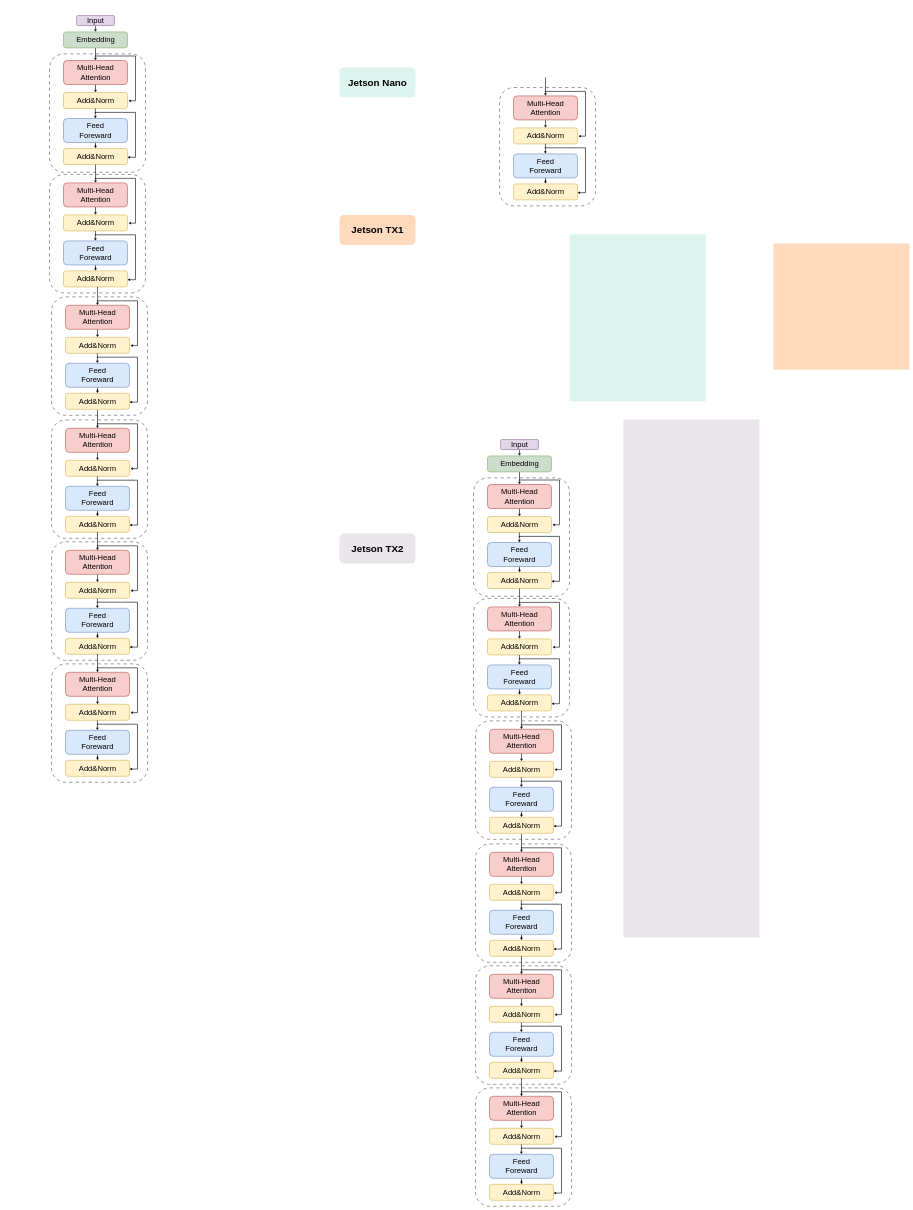
Before: trans.drawio in paprika0741/Plot, a draw.io diagram. Source tidied: cells renumbered, new cells numbered last; positions are measured from the earlier drawing's top-left corner, leaving out a move shared by most shapes. Both pictures are drawn from the tidied source at 20%, with x=0, y=0 at pixel (3, 15).
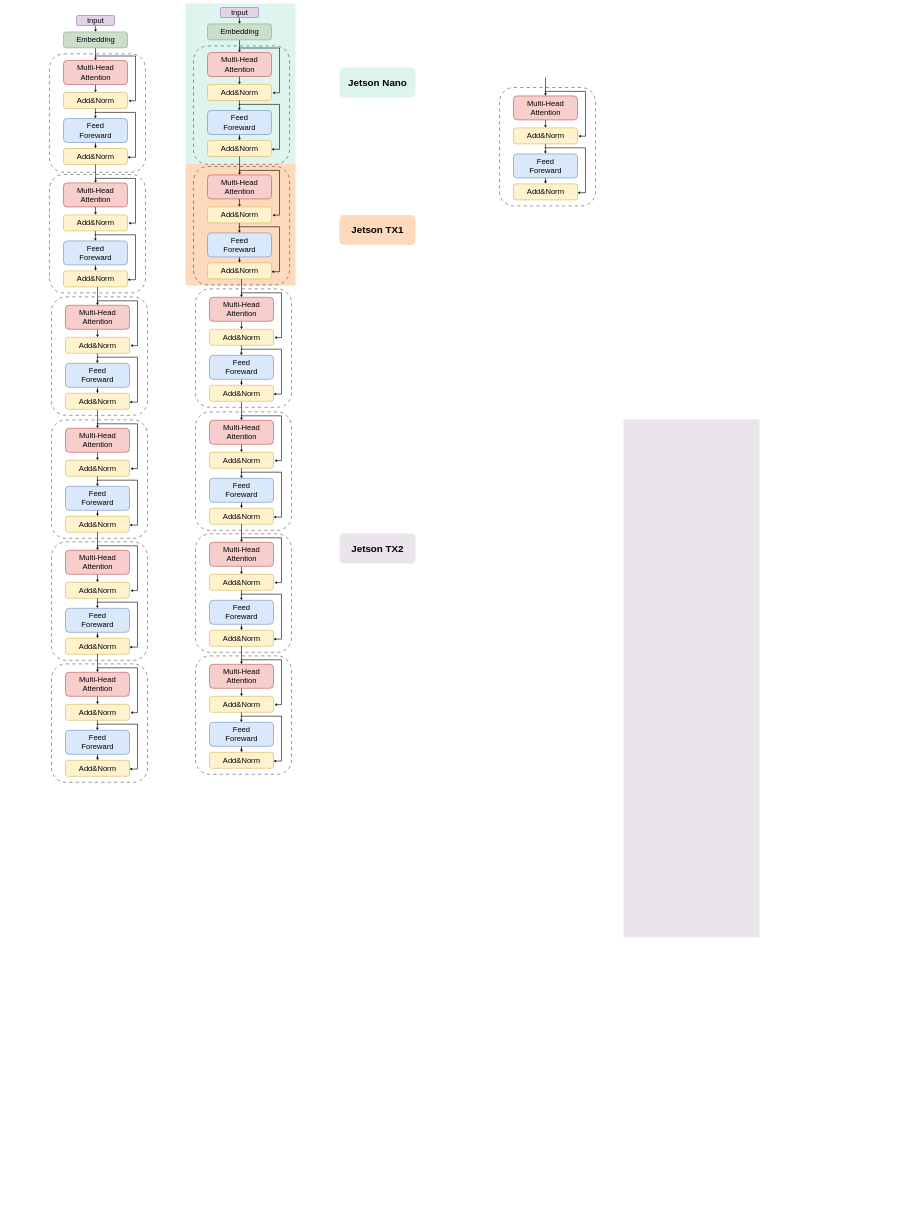
The same page after the edit.

The change refers to these unchanged cells:
```xml
<mxCell id="154" value="&lt;div&gt;&lt;font style=&quot;font-size: 38px;&quot;&gt;&lt;br&gt;&lt;/font&gt;&lt;/div&gt;&lt;font style=&quot;font-size: 38px;&quot;&gt;Multi-Head&lt;/font&gt;&lt;div&gt;&lt;span style=&quot;font-size: 38px;&quot;&gt;Attention&lt;br&gt;&lt;/span&gt;&lt;div&gt;&lt;font style=&quot;font-size: 38px;&quot;&gt;&lt;br&gt;&lt;/font&gt;&lt;/div&gt;&lt;/div&gt;" style="rounded=1;whiteSpace=wrap;html=1;fillColor=#f8cecc;strokeColor=#b85450;strokeWidth=3;" parent="151" vertex="1">
  <mxGeometry x="70" y="42" width="320" height="120" as="geometry" />
</mxCell>
```

Change to the diagram source:
```diff
@@
+    <mxCell id="4" style="rounded=0;whiteSpace=wrap;html=1;fillColor=#def5ef;strokeColor=none;fillStyle=solid;" parent="1" vertex="1">
+      <mxGeometry x="910" y="-60" width="550" height="804" as="geometry" />
+    </mxCell>
@@
-    <mxCell id="3" style="rounded=0;whiteSpace=wrap;html=1;fillColor=#FED9BC;strokeColor=none;" parent="1" vertex="1">
-      <mxGeometry x="3850" y="1140" width="680" height="630.5" as="geometry" />
-    </mxCell>
-    <mxCell id="4" style="rounded=0;whiteSpace=wrap;html=1;fillColor=#def5ef;strokeColor=none;fillStyle=solid;" parent="1" vertex="1">
-      <mxGeometry x="2830" y="1094" width="680" height="835" as="geometry" />
-    </mxCell>
@@
+    <mxCell id="213" style="group;" parent="1" vertex="1">
+      <mxGeometry x="950" y="-40" width="620" height="3834" as="geometry" />
+    </mxCell>
+    <mxCell id="3" style="rounded=0;whiteSpace=wrap;html=1;fillColor=#FED9BC;strokeColor=none;" parent="213" vertex="1">
+      <mxGeometry x="-40" y="781.2" width="550" height="608.8" as="geometry" />
+    </mxCell>
-    <mxCell id="119" style="rounded=1;whiteSpace=wrap;html=1;fillColor=none;strokeWidth=2;dashed=1;dashPattern=8 8;" parent="1" vertex="1">
-      <mxGeometry x="2350" y="2915" width="480" height="592" as="geometry" />
+    <mxCell id="119" style="rounded=1;whiteSpace=wrap;html=1;fillColor=none;strokeWidth=2;dashed=1;dashPattern=8 8;" parent="213" vertex="1">
+      <mxGeometry y="795" width="480" height="592" as="geometry" />
     </mxCell>
-    <mxCell id="120" style="edgeStyle=orthogonalEdgeStyle;rounded=0;jettySize=auto;html=1;strokeWidth=3;" parent="1" edge="1" source="121" target="125">
+    <mxCell id="120" style="edgeStyle=orthogonalEdgeStyle;rounded=0;jettySize=auto;html=1;strokeWidth=3;" parent="213" edge="1" source="121" target="125">
       <mxGeometry relative="1" as="geometry" />
     </mxCell>
-    <mxCell id="121" value="&lt;font style=&quot;font-size: 38px;&quot;&gt;Embedding&lt;/font&gt;" style="rounded=1;whiteSpace=wrap;html=1;fillColor=#CCDECB;strokeColor=#82b366;strokeWidth=3;" parent="1" vertex="1">
-      <mxGeometry x="2420" y="2202" width="320" height="80" as="geometry" />
+    <mxCell id="121" value="&lt;font style=&quot;font-size: 38px;&quot;&gt;Embedding&lt;/font&gt;" style="rounded=1;whiteSpace=wrap;html=1;fillColor=#CCDECB;strokeColor=#82b366;strokeWidth=3;" parent="213" vertex="1">
+      <mxGeometry x="70" y="82" width="320" height="80" as="geometry" />
     </mxCell>
-    <mxCell id="122" style="edgeStyle=orthogonalEdgeStyle;rounded=0;jettySize=auto;html=1;exitX=0.5;exitY=1;exitDx=0;exitDy=0;entryX=0.5;entryY=0;entryDx=0;entryDy=0;strokeWidth=3;" parent="1" edge="1" source="123" target="121">
+    <mxCell id="122" style="edgeStyle=orthogonalEdgeStyle;rounded=0;jettySize=auto;html=1;exitX=0.5;exitY=1;exitDx=0;exitDy=0;entryX=0.5;entryY=0;entryDx=0;entryDy=0;strokeWidth=3;" parent="213" edge="1" source="123" target="121">
       <mxGeometry relative="1" as="geometry" />
     </mxCell>
-    <mxCell id="123" value="&lt;font style=&quot;font-size: 38px;&quot;&gt;Input&lt;/font&gt;" style="rounded=1;whiteSpace=wrap;html=1;fillColor=#e1d5e7;strokeColor=#9673a6;strokeWidth=3;" parent="1" vertex="1">
-      <mxGeometry x="2485" y="2120" width="190" height="50" as="geometry" />
+    <mxCell id="123" value="&lt;font style=&quot;font-size: 38px;&quot;&gt;Input&lt;/font&gt;" style="rounded=1;whiteSpace=wrap;html=1;fillColor=#e1d5e7;strokeColor=#9673a6;strokeWidth=3;" parent="213" vertex="1">
+      <mxGeometry x="135" width="190" height="50" as="geometry" />
     </mxCell>
-    <mxCell id="124" style="edgeStyle=orthogonalEdgeStyle;rounded=0;jettySize=auto;html=1;strokeWidth=3;" parent="1" edge="1" source="125" target="126">
+    <mxCell id="124" style="edgeStyle=orthogonalEdgeStyle;rounded=0;jettySize=auto;html=1;strokeWidth=3;" parent="213" edge="1" source="125" target="126">
       <mxGeometry relative="1" as="geometry" />
     </mxCell>
-    <mxCell id="125" value="&lt;div&gt;&lt;font style=&quot;font-size: 38px;&quot;&gt;&lt;br&gt;&lt;/font&gt;&lt;/div&gt;&lt;font style=&quot;font-size: 38px;&quot;&gt;Multi-Head&lt;/font&gt;&lt;div&gt;&lt;span style=&quot;font-size: 38px;&quot;&gt;Attention&lt;br&gt;&lt;/span&gt;&lt;div&gt;&lt;font style=&quot;font-size: 38px;&quot;&gt;&lt;br&gt;&lt;/font&gt;&lt;/div&gt;&lt;/div&gt;" style="rounded=1;whiteSpace=wrap;html=1;fillColor=#f8cecc;strokeColor=#b85450;strokeWidth=3;" parent="1" vertex="1">
-      <mxGeometry x="2420" y="2345" width="320" height="120" as="geometry" />
+    <mxCell id="125" value="&lt;div&gt;&lt;font style=&quot;font-size: 38px;&quot;&gt;&lt;br&gt;&lt;/font&gt;&lt;/div&gt;&lt;font style=&quot;font-size: 38px;&quot;&gt;Multi-Head&lt;/font&gt;&lt;div&gt;&lt;span style=&quot;font-size: 38px;&quot;&gt;Attention&lt;br&gt;&lt;/span&gt;&lt;div&gt;&lt;font style=&quot;font-size: 38px;&quot;&gt;&lt;br&gt;&lt;/font&gt;&lt;/div&gt;&lt;/div&gt;" style="rounded=1;whiteSpace=wrap;html=1;fillColor=#f8cecc;strokeColor=#b85450;strokeWidth=3;" parent="213" vertex="1">
+      <mxGeometry x="70" y="225" width="320" height="120" as="geometry" />
     </mxCell>
-    <mxCell id="126" value="&lt;font style=&quot;font-size: 38px;&quot;&gt;Add&amp;amp;Norm&lt;/font&gt;" style="rounded=1;whiteSpace=wrap;html=1;fillColor=#fff2cc;strokeColor=#d6b656;strokeWidth=3;" parent="1" vertex="1">
-      <mxGeometry x="2420" y="2505" width="320" height="80" as="geometry" />
+    <mxCell id="126" value="&lt;font style=&quot;font-size: 38px;&quot;&gt;Add&amp;amp;Norm&lt;/font&gt;" style="rounded=1;whiteSpace=wrap;html=1;fillColor=#fff2cc;strokeColor=#d6b656;strokeWidth=3;" parent="213" vertex="1">
+      <mxGeometry x="70" y="385" width="320" height="80" as="geometry" />
     </mxCell>
-    <mxCell id="127" style="ellipse;whiteSpace=wrap;html=1;fillColor=#000000;" parent="1" vertex="1">
-      <mxGeometry x="2578" y="2320" width="5" height="5" as="geometry" />
+    <mxCell id="127" style="ellipse;whiteSpace=wrap;html=1;fillColor=#000000;" parent="213" vertex="1">
+      <mxGeometry x="228" y="200" width="5" height="5" as="geometry" />
     </mxCell>
-    <mxCell id="128" style="edgeStyle=orthogonalEdgeStyle;rounded=0;jettySize=auto;html=1;exitX=1;exitY=0.5;exitDx=0;exitDy=0;entryX=1.013;entryY=0.519;entryDx=0;entryDy=0;entryPerimeter=0;strokeWidth=3;" parent="1" edge="1" source="127" target="126">
+    <mxCell id="128" style="edgeStyle=orthogonalEdgeStyle;rounded=0;jettySize=auto;html=1;exitX=1;exitY=0.5;exitDx=0;exitDy=0;entryX=1.013;entryY=0.519;entryDx=0;entryDy=0;entryPerimeter=0;strokeWidth=3;" parent="213" edge="1" source="127" target="126">
       <mxGeometry relative="1" as="geometry">
         <Array as="points">
-          <mxPoint x="2780" y="2323" />
-          <mxPoint x="2780" y="2547" />
+          <mxPoint x="430" y="203" />
+          <mxPoint x="430" y="427" />
         </Array>
       </mxGeometry>
     </mxCell>
-    <mxCell id="129" style="edgeStyle=orthogonalEdgeStyle;rounded=0;jettySize=auto;html=1;strokeWidth=3;" parent="1" edge="1" target="131">
+    <mxCell id="129" style="edgeStyle=orthogonalEdgeStyle;rounded=0;jettySize=auto;html=1;strokeWidth=3;" parent="213" edge="1" target="131">
       <mxGeometry relative="1" as="geometry">
-        <mxPoint x="2579.5" y="2585" as="sourcePoint" />
+        <mxPoint x="229.5" y="465" as="sourcePoint" />
         <Array as="points">
-          <mxPoint x="2580" y="2585" />
+          <mxPoint x="230" y="465" />
         </Array>
       </mxGeometry>
     </mxCell>
-    <mxCell id="130" style="edgeStyle=orthogonalEdgeStyle;rounded=0;jettySize=auto;html=1;strokeWidth=3;" parent="1" edge="1" source="131" target="134">
+    <mxCell id="130" style="edgeStyle=orthogonalEdgeStyle;rounded=0;jettySize=auto;html=1;strokeWidth=3;" parent="213" edge="1" source="131" target="134">
       <mxGeometry relative="1" as="geometry" />
     </mxCell>
-    <mxCell id="131" value="&lt;div&gt;&lt;font style=&quot;font-size: 38px;&quot;&gt;&lt;br&gt;&lt;/font&gt;&lt;/div&gt;&lt;font style=&quot;font-size: 38px;&quot;&gt;Feed&lt;/font&gt;&lt;div&gt;&lt;span style=&quot;font-size: 38px;&quot;&gt;Foreward&lt;br&gt;&lt;/span&gt;&lt;div&gt;&lt;font style=&quot;font-size: 38px;&quot;&gt;&lt;br&gt;&lt;/font&gt;&lt;/div&gt;&lt;/div&gt;" style="rounded=1;whiteSpace=wrap;html=1;fillColor=#dae8fc;strokeColor=#6c8ebf;strokeWidth=3;points=[[0,0,0,0,0],[0,0.25,0,0,0],[0,0.5,0,0,0],[0,0.75,0,0,0],[0,1,0,0,0],[0.25,0,0,0,0],[0.25,1,0,0,0],[0.5,0,0,0,0],[0.5,1,0,0,0],[0.75,0,0,0,0],[0.75,1,0,0,0],[1,0,0,0,0],[1,0.25,0,0,0],[1,0.5,0,0,0],[1,0.75,0,0,0],[1,1,0,0,0]];" parent="1" vertex="1">
-      <mxGeometry x="2420" y="2635" width="320" height="120" as="geometry" />
+    <mxCell id="131" value="&lt;div&gt;&lt;font style=&quot;font-size: 38px;&quot;&gt;&lt;br&gt;&lt;/font&gt;&lt;/div&gt;&lt;font style=&quot;font-size: 38px;&quot;&gt;Feed&lt;/font&gt;&lt;div&gt;&lt;span style=&quot;font-size: 38px;&quot;&gt;Foreward&lt;br&gt;&lt;/span&gt;&lt;div&gt;&lt;font style=&quot;font-size: 38px;&quot;&gt;&lt;br&gt;&lt;/font&gt;&lt;/div&gt;&lt;/div&gt;" style="rounded=1;whiteSpace=wrap;html=1;fillColor=#dae8fc;strokeColor=#6c8ebf;strokeWidth=3;points=[[0,0,0,0,0],[0,0.25,0,0,0],[0,0.5,0,0,0],[0,0.75,0,0,0],[0,1,0,0,0],[0.25,0,0,0,0],[0.25,1,0,0,0],[0.5,0,0,0,0],[0.5,1,0,0,0],[0.75,0,0,0,0],[0.75,1,0,0,0],[1,0,0,0,0],[1,0.25,0,0,0],[1,0.5,0,0,0],[1,0.75,0,0,0],[1,1,0,0,0]];" parent="213" vertex="1">
+      <mxGeometry x="70" y="515" width="320" height="120" as="geometry" />
     </mxCell>
-    <mxCell id="132" style="ellipse;whiteSpace=wrap;html=1;fillColor=#000000;" parent="1" vertex="1">
-      <mxGeometry x="2577.5" y="2602" width="5" height="5" as="geometry" />
+    <mxCell id="132" style="ellipse;whiteSpace=wrap;html=1;fillColor=#000000;" parent="213" vertex="1">
+      <mxGeometry x="227.5" y="482" width="5" height="5" as="geometry" />
     </mxCell>
-    <mxCell id="133" style="edgeStyle=orthogonalEdgeStyle;rounded=0;jettySize=auto;html=1;exitX=1;exitY=0.5;exitDx=0;exitDy=0;strokeWidth=3;" parent="1" edge="1" source="132" target="134">
+    <mxCell id="133" style="edgeStyle=orthogonalEdgeStyle;rounded=0;jettySize=auto;html=1;exitX=1;exitY=0.5;exitDx=0;exitDy=0;strokeWidth=3;" parent="213" edge="1" source="132" target="134">
       <mxGeometry relative="1" as="geometry">
         <Array as="points">
-          <mxPoint x="2780" y="2605" />
-          <mxPoint x="2780" y="2829" />
+          <mxPoint x="430" y="485" />
+          <mxPoint x="430" y="709" />
         </Array>
       </mxGeometry>
     </mxCell>
-    <mxCell id="134" value="&lt;font style=&quot;font-size: 38px;&quot;&gt;Add&amp;amp;Norm&lt;/font&gt;" style="rounded=1;whiteSpace=wrap;html=1;fillColor=#fff2cc;strokeColor=#d6b656;strokeWidth=3;" parent="1" vertex="1">
-      <mxGeometry x="2420" y="2785" width="320" height="80" as="geometry" />
+    <mxCell id="134" value="&lt;font style=&quot;font-size: 38px;&quot;&gt;Add&amp;amp;Norm&lt;/font&gt;" style="rounded=1;whiteSpace=wrap;html=1;fillColor=#fff2cc;strokeColor=#d6b656;strokeWidth=3;" parent="213" vertex="1">
+      <mxGeometry x="70" y="665" width="320" height="80" as="geometry" />
     </mxCell>
-    <mxCell id="135" style="edgeStyle=orthogonalEdgeStyle;rounded=0;orthogonalLoop=1;jettySize=auto;html=1;exitX=0.5;exitY=1;exitDx=0;exitDy=0;" parent="1" edge="1" source="131" target="131">
+    <mxCell id="135" style="edgeStyle=orthogonalEdgeStyle;rounded=0;orthogonalLoop=1;jettySize=auto;html=1;exitX=0.5;exitY=1;exitDx=0;exitDy=0;" parent="213" edge="1" source="131" target="131">
       <mxGeometry relative="1" as="geometry" />
     </mxCell>
-    <mxCell id="136" style="edgeStyle=orthogonalEdgeStyle;rounded=0;jettySize=auto;html=1;strokeWidth=3;" parent="1" edge="1" target="138">
+    <mxCell id="136" style="edgeStyle=orthogonalEdgeStyle;rounded=0;jettySize=auto;html=1;strokeWidth=3;" parent="213" edge="1" target="138">
       <mxGeometry relative="1" as="geometry">
-        <mxPoint x="2580" y="2865" as="sourcePoint" />
+        <mxPoint x="230" y="745" as="sourcePoint" />
       </mxGeometry>
     </mxCell>
-    <mxCell id="137" style="edgeStyle=orthogonalEdgeStyle;rounded=0;jettySize=auto;html=1;strokeWidth=3;" parent="1" edge="1" source="138" target="139">
+    <mxCell id="137" style="edgeStyle=orthogonalEdgeStyle;rounded=0;jettySize=auto;html=1;strokeWidth=3;" parent="213" edge="1" source="138" target="139">
       <mxGeometry relative="1" as="geometry" />
     </mxCell>
-    <mxCell id="138" value="&lt;div&gt;&lt;font style=&quot;font-size: 38px;&quot;&gt;&lt;br&gt;&lt;/font&gt;&lt;/div&gt;&lt;font style=&quot;font-size: 38px;&quot;&gt;Multi-Head&lt;/font&gt;&lt;div&gt;&lt;span style=&quot;font-size: 38px;&quot;&gt;Attention&lt;br&gt;&lt;/span&gt;&lt;div&gt;&lt;font style=&quot;font-size: 38px;&quot;&gt;&lt;br&gt;&lt;/font&gt;&lt;/div&gt;&lt;/div&gt;" style="rounded=1;whiteSpace=wrap;html=1;fillColor=#f8cecc;strokeColor=#b85450;strokeWidth=3;" parent="1" vertex="1">
-      <mxGeometry x="2420" y="2957" width="320" height="120" as="geometry" />
+    <mxCell id="138" value="&lt;div&gt;&lt;font style=&quot;font-size: 38px;&quot;&gt;&lt;br&gt;&lt;/font&gt;&lt;/div&gt;&lt;font style=&quot;font-size: 38px;&quot;&gt;Multi-Head&lt;/font&gt;&lt;div&gt;&lt;span style=&quot;font-size: 38px;&quot;&gt;Attention&lt;br&gt;&lt;/span&gt;&lt;div&gt;&lt;font style=&quot;font-size: 38px;&quot;&gt;&lt;br&gt;&lt;/font&gt;&lt;/div&gt;&lt;/div&gt;" style="rounded=1;whiteSpace=wrap;html=1;fillColor=#f8cecc;strokeColor=#b85450;strokeWidth=3;" parent="213" vertex="1">
+      <mxGeometry x="70" y="837" width="320" height="120" as="geometry" />
     </mxCell>
-    <mxCell id="139" value="&lt;font style=&quot;font-size: 38px;&quot;&gt;Add&amp;amp;Norm&lt;/font&gt;" style="rounded=1;whiteSpace=wrap;html=1;fillColor=#fff2cc;strokeColor=#d6b656;strokeWidth=3;" parent="1" vertex="1">
-      <mxGeometry x="2420" y="3117" width="320" height="80" as="geometry" />
+    <mxCell id="139" value="&lt;font style=&quot;font-size: 38px;&quot;&gt;Add&amp;amp;Norm&lt;/font&gt;" style="rounded=1;whiteSpace=wrap;html=1;fillColor=#fff2cc;strokeColor=#d6b656;strokeWidth=3;" parent="213" vertex="1">
+      <mxGeometry x="70" y="997" width="320" height="80" as="geometry" />
     </mxCell>
-    <mxCell id="140" style="ellipse;whiteSpace=wrap;html=1;fillColor=#000000;" parent="1" vertex="1">
-      <mxGeometry x="2578" y="2932" width="5" height="5" as="geometry" />
+    <mxCell id="140" style="ellipse;whiteSpace=wrap;html=1;fillColor=#000000;" parent="213" vertex="1">
+      <mxGeometry x="228" y="812" width="5" height="5" as="geometry" />
     </mxCell>
-    <mxCell id="141" style="edgeStyle=orthogonalEdgeStyle;rounded=0;jettySize=auto;html=1;exitX=1;exitY=0.5;exitDx=0;exitDy=0;entryX=1.013;entryY=0.519;entryDx=0;entryDy=0;entryPerimeter=0;strokeWidth=3;" parent="1" edge="1" source="140" target="139">
+    <mxCell id="141" style="edgeStyle=orthogonalEdgeStyle;rounded=0;jettySize=auto;html=1;exitX=1;exitY=0.5;exitDx=0;exitDy=0;entryX=1.013;entryY=0.519;entryDx=0;entryDy=0;entryPerimeter=0;strokeWidth=3;" parent="213" edge="1" source="140" target="139">
       <mxGeometry relative="1" as="geometry">
         <Array as="points">
-          <mxPoint x="2780" y="2935" />
-          <mxPoint x="2780" y="3159" />
+          <mxPoint x="430" y="815" />
+          <mxPoint x="430" y="1039" />
         </Array>
       </mxGeometry>
     </mxCell>
-    <mxCell id="142" style="edgeStyle=orthogonalEdgeStyle;rounded=0;jettySize=auto;html=1;strokeWidth=3;" parent="1" edge="1" target="144">
+    <mxCell id="142" style="edgeStyle=orthogonalEdgeStyle;rounded=0;jettySize=auto;html=1;strokeWidth=3;" parent="213" edge="1" target="144">
       <mxGeometry relative="1" as="geometry">
-        <mxPoint x="2579.5" y="3197" as="sourcePoint" />
+        <mxPoint x="229.5" y="1077" as="sourcePoint" />
         <Array as="points">
-          <mxPoint x="2580" y="3197" />
+          <mxPoint x="230" y="1077" />
         </Array>
       </mxGeometry>
     </mxCell>
-    <mxCell id="143" style="edgeStyle=orthogonalEdgeStyle;rounded=0;jettySize=auto;html=1;strokeWidth=3;" parent="1" edge="1" source="144" target="147">
+    <mxCell id="143" style="edgeStyle=orthogonalEdgeStyle;rounded=0;jettySize=auto;html=1;strokeWidth=3;" parent="213" edge="1" source="144" target="147">
       <mxGeometry relative="1" as="geometry" />
     </mxCell>
-    <mxCell id="144" value="&lt;div&gt;&lt;font style=&quot;font-size: 38px;&quot;&gt;&lt;br&gt;&lt;/font&gt;&lt;/div&gt;&lt;font style=&quot;font-size: 38px;&quot;&gt;Feed&lt;/font&gt;&lt;div&gt;&lt;span style=&quot;font-size: 38px;&quot;&gt;Foreward&lt;br&gt;&lt;/span&gt;&lt;div&gt;&lt;font style=&quot;font-size: 38px;&quot;&gt;&lt;br&gt;&lt;/font&gt;&lt;/div&gt;&lt;/div&gt;" style="rounded=1;whiteSpace=wrap;html=1;fillColor=#dae8fc;strokeColor=#6c8ebf;strokeWidth=3;points=[[0,0,0,0,0],[0,0.25,0,0,0],[0,0.5,0,0,0],[0,0.75,0,0,0],[0,1,0,0,0],[0.25,0,0,0,0],[0.25,1,0,0,0],[0.5,0,0,0,0],[0.5,1,0,0,0],[0.75,0,0,0,0],[0.75,1,0,0,0],[1,0,0,0,0],[1,0.25,0,0,0],[1,0.5,0,0,0],[1,0.75,0,0,0],[1,1,0,0,0]];" parent="1" vertex="1">
-      <mxGeometry x="2420" y="3247" width="320" height="120" as="geometry" />
+    <mxCell id="144" value="&lt;div&gt;&lt;font style=&quot;font-size: 38px;&quot;&gt;&lt;br&gt;&lt;/font&gt;&lt;/div&gt;&lt;font style=&quot;font-size: 38px;&quot;&gt;Feed&lt;/font&gt;&lt;div&gt;&lt;span style=&quot;font-size: 38px;&quot;&gt;Foreward&lt;br&gt;&lt;/span&gt;&lt;div&gt;&lt;font style=&quot;font-size: 38px;&quot;&gt;&lt;br&gt;&lt;/font&gt;&lt;/div&gt;&lt;/div&gt;" style="rounded=1;whiteSpace=wrap;html=1;fillColor=#dae8fc;strokeColor=#6c8ebf;strokeWidth=3;points=[[0,0,0,0,0],[0,0.25,0,0,0],[0,0.5,0,0,0],[0,0.75,0,0,0],[0,1,0,0,0],[0.25,0,0,0,0],[0.25,1,0,0,0],[0.5,0,0,0,0],[0.5,1,0,0,0],[0.75,0,0,0,0],[0.75,1,0,0,0],[1,0,0,0,0],[1,0.25,0,0,0],[1,0.5,0,0,0],[1,0.75,0,0,0],[1,1,0,0,0]];" parent="213" vertex="1">
+      <mxGeometry x="70" y="1127" width="320" height="120" as="geometry" />
     </mxCell>
-    <mxCell id="145" style="ellipse;whiteSpace=wrap;html=1;fillColor=#000000;" parent="1" vertex="1">
-      <mxGeometry x="2577.5" y="3214" width="5" height="5" as="geometry" />
+    <mxCell id="145" style="ellipse;whiteSpace=wrap;html=1;fillColor=#000000;" parent="213" vertex="1">
+      <mxGeometry x="227.5" y="1094" width="5" height="5" as="geometry" />
     </mxCell>
-    <mxCell id="146" style="edgeStyle=orthogonalEdgeStyle;rounded=0;jettySize=auto;html=1;exitX=1;exitY=0.5;exitDx=0;exitDy=0;strokeWidth=3;" parent="1" edge="1" source="145" target="147">
+    <mxCell id="146" style="edgeStyle=orthogonalEdgeStyle;rounded=0;jettySize=auto;html=1;exitX=1;exitY=0.5;exitDx=0;exitDy=0;strokeWidth=3;" parent="213" edge="1" source="145" target="147">
       <mxGeometry relative="1" as="geometry">
         <Array as="points">
-          <mxPoint x="2780" y="3217" />
-          <mxPoint x="2780" y="3441" />
+          <mxPoint x="430" y="1097" />
+          <mxPoint x="430" y="1321" />
         </Array>
       </mxGeometry>
     </mxCell>
-    <mxCell id="147" value="&lt;font style=&quot;font-size: 38px;&quot;&gt;Add&amp;amp;Norm&lt;/font&gt;" style="rounded=1;whiteSpace=wrap;html=1;fillColor=#fff2cc;strokeColor=#d6b656;strokeWidth=3;" parent="1" vertex="1">
-      <mxGeometry x="2420" y="3397" width="320" height="80" as="geometry" />
+    <mxCell id="147" value="&lt;font style=&quot;font-size: 38px;&quot;&gt;Add&amp;amp;Norm&lt;/font&gt;" style="rounded=1;whiteSpace=wrap;html=1;fillColor=#fff2cc;strokeColor=#d6b656;strokeWidth=3;" parent="213" vertex="1">
+      <mxGeometry x="70" y="1277" width="320" height="80" as="geometry" />
     </mxCell>
-    <mxCell id="148" style="edgeStyle=orthogonalEdgeStyle;rounded=0;orthogonalLoop=1;jettySize=auto;html=1;exitX=0.5;exitY=1;exitDx=0;exitDy=0;" parent="1" edge="1" source="144" target="144">
+    <mxCell id="148" style="edgeStyle=orthogonalEdgeStyle;rounded=0;orthogonalLoop=1;jettySize=auto;html=1;exitX=0.5;exitY=1;exitDx=0;exitDy=0;" parent="213" edge="1" source="144" target="144">
       <mxGeometry relative="1" as="geometry" />
     </mxCell>
-    <mxCell id="149" style="edgeStyle=orthogonalEdgeStyle;rounded=0;jettySize=auto;html=1;strokeWidth=3;" parent="1" edge="1" target="154">
+    <mxCell id="149" style="edgeStyle=orthogonalEdgeStyle;rounded=0;jettySize=auto;html=1;strokeWidth=3;" parent="213" edge="1" target="154">
       <mxGeometry relative="1" as="geometry">
-        <mxPoint x="2590" y="3477" as="sourcePoint" />
+        <mxPoint x="240" y="1357" as="sourcePoint" />
       </mxGeometry>
     </mxCell>
-    <mxCell id="150" style="rounded=1;whiteSpace=wrap;html=1;fillColor=none;strokeWidth=2;dashed=1;dashPattern=8 8;" parent="1" vertex="1">
-      <mxGeometry x="2350" y="2312" width="480" height="592" as="geometry" />
+    <mxCell id="150" style="rounded=1;whiteSpace=wrap;html=1;fillColor=none;strokeWidth=2;dashed=1;dashPattern=8 8;" parent="213" vertex="1">
+      <mxGeometry y="192" width="480" height="592" as="geometry" />
     </mxCell>
-    <mxCell id="151" style="group;" parent="1" vertex="1">
-      <mxGeometry x="2360" y="3527" width="480" height="592" as="geometry" />
+    <mxCell id="151" style="group;" parent="213" vertex="1">
+      <mxGeometry x="10" y="1407" width="480" height="592" as="geometry" />
     </mxCell>
@@
-    <mxCell id="165" style="group;" parent="1" vertex="1">
-      <mxGeometry x="2360" y="4092" width="480" height="642" as="geometry" />
+    <mxCell id="165" style="group;" parent="213" vertex="1">
+      <mxGeometry x="10" y="1972" width="480" height="642" as="geometry" />
     </mxCell>
@@
-    <mxCell id="181" style="group;" parent="1" vertex="1">
-      <mxGeometry x="2360" y="4702" width="480" height="642" as="geometry" />
+    <mxCell id="181" style="group;" parent="213" vertex="1">
+      <mxGeometry x="10" y="2582" width="480" height="642" as="geometry" />
     </mxCell>
@@
-    <mxCell id="197" style="group;" parent="1" vertex="1">
-      <mxGeometry x="2360" y="5312" width="480" height="642" as="geometry" />
+    <mxCell id="197" style="group;" parent="213" vertex="1">
+      <mxGeometry x="10" y="3192" width="480" height="642" as="geometry" />
     </mxCell>
```
